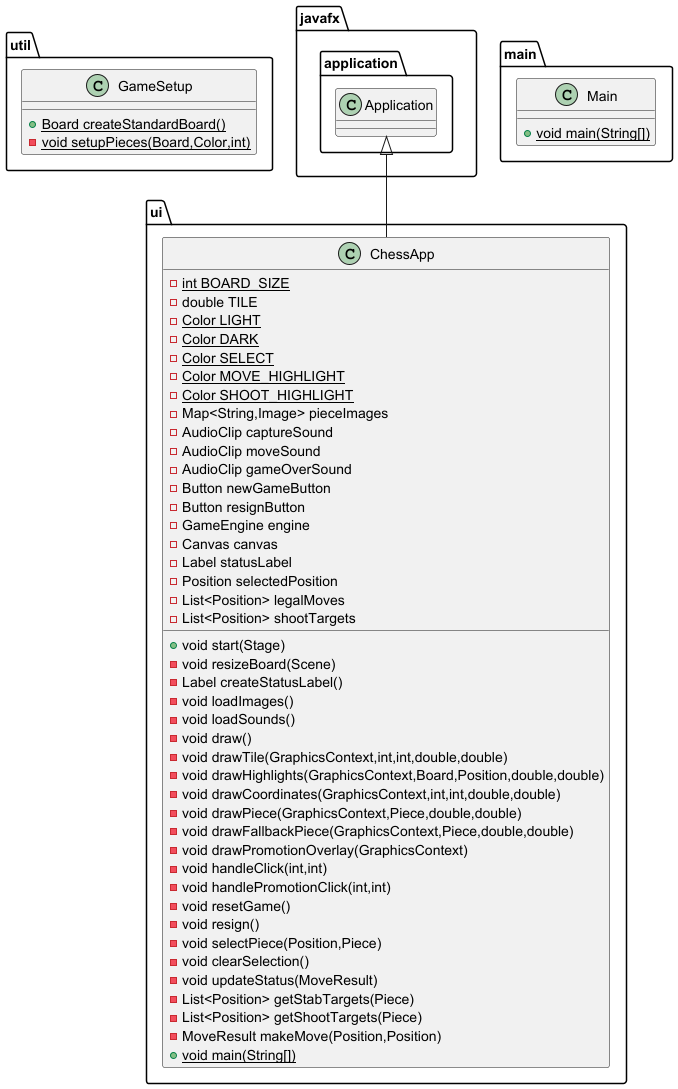
Above: src/main/resources/main_ui_util_diagram.png in muanxng/Kuroshiro (PlantUML), before the change.
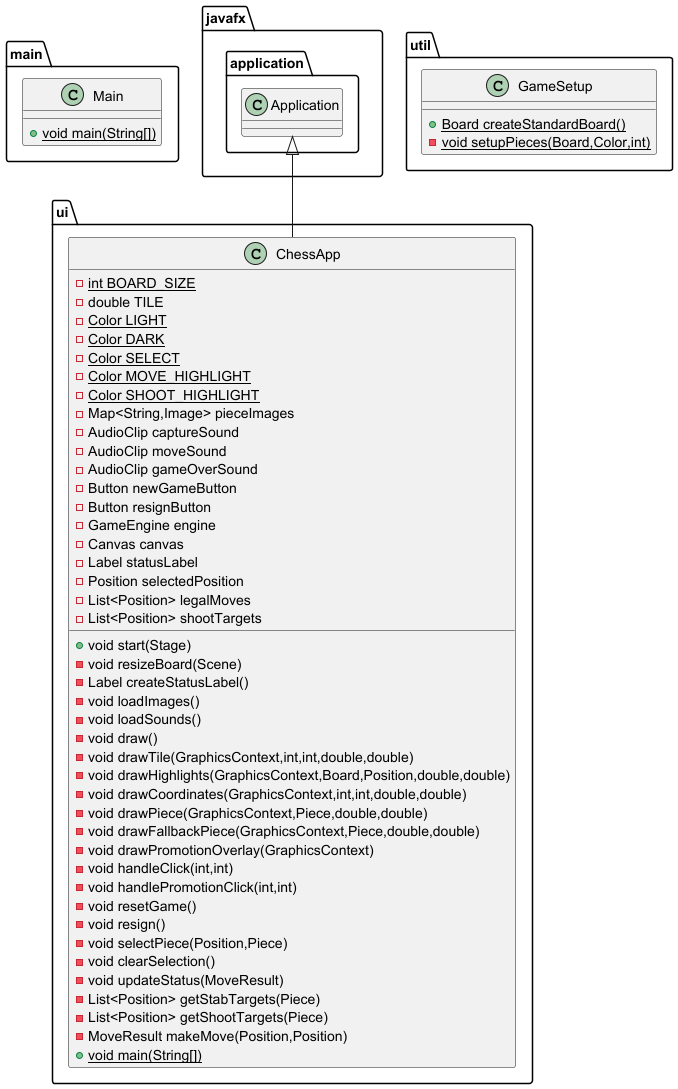
The same diagram one commit later.

The edit, as a diff of the source:
```diff
@@ -1,7 +1,6 @@
 @startuml
-class util.GameSetup {
-+ {static} Board createStandardBoard()
-- {static} void setupPieces(Board,Color,int)
+class main.Main {
++ {static} void main(String[])
 }
 
 class ui.ChessApp {
@@ -50,8 +49,9 @@
 }
 
 
-class main.Main {
-+ {static} void main(String[])
+class util.GameSetup {
++ {static} Board createStandardBoard()
+- {static} void setupPieces(Board,Color,int)
 }
 
 
```
